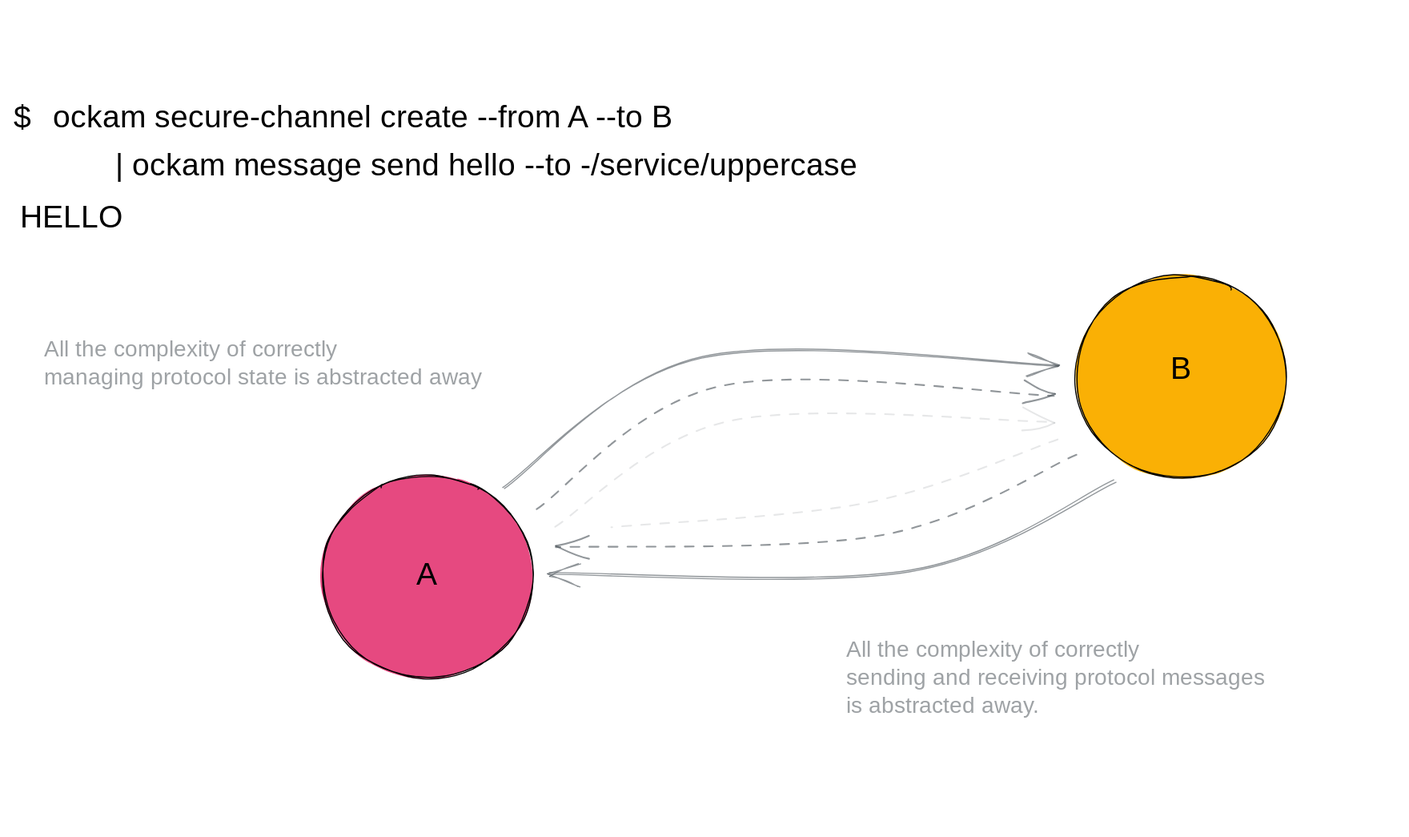
Earlier version of the Excalidraw export .gitbook/assets/file.excalidraw.svg (build-trust/ockam-documentation). Source tidied: one line per element, renumbered; positions are measured from the earlier drawing's top-left corner, leaving out a move shared by most shapes.
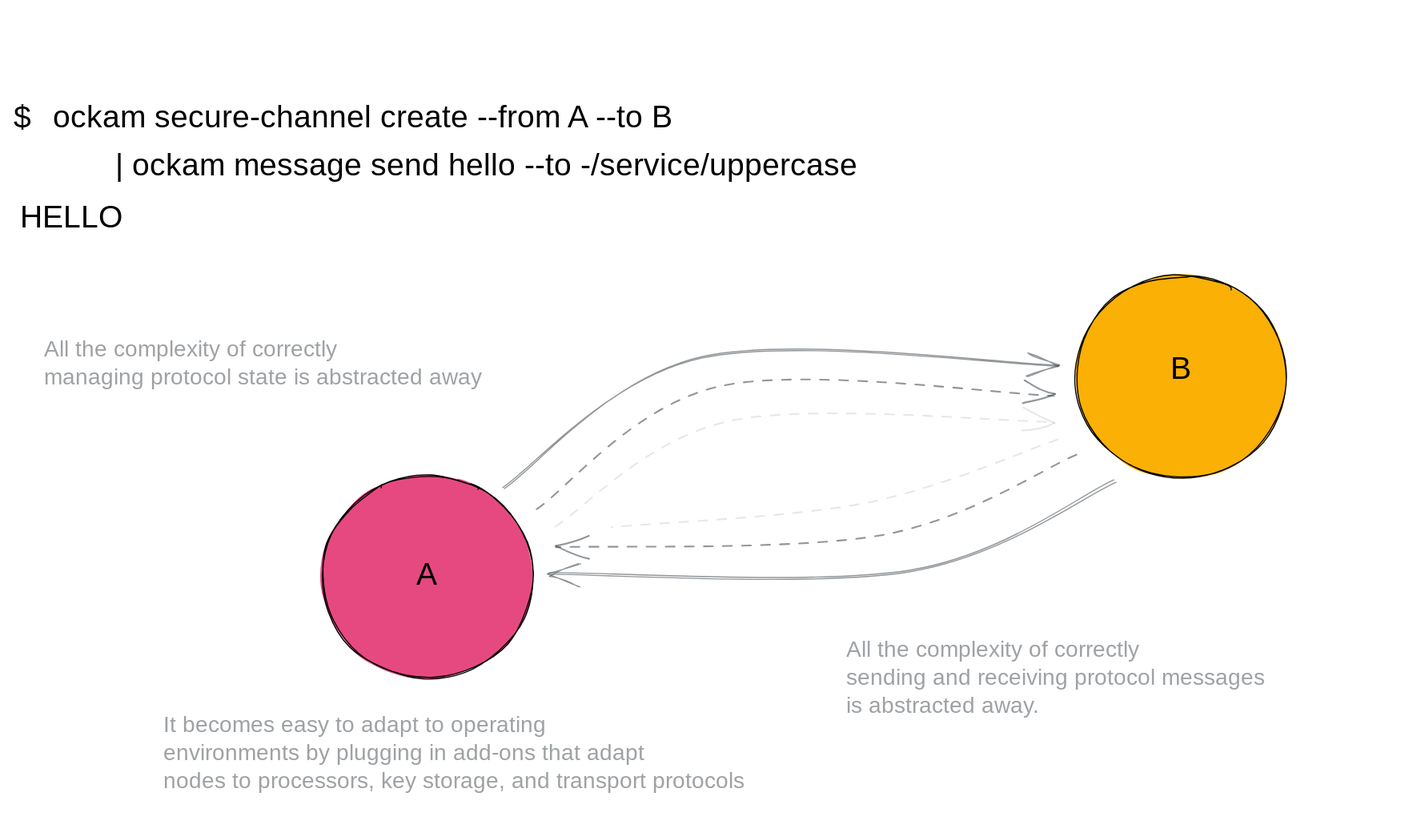
Later version of the same file.

Commit message:
GITBOOK-971: change request with no subject merged in GitBook

The edit, as a diff of the source:
```diff
@@ -15,3 +15,4 @@
 {"id": 14, "type": "text", "text": "ockam secure-channel create --from A --to B", "strokeColor": "#000000", "strokeWidth": 1, "roughness": 1, "fontSize": 28, "fontFamily": 1, "x": 37, "y": 79, "width": 627, "height": 35}
 {"id": 15, "type": "text", "text": "| ockam message send hello --to -/service/uppercase", "strokeColor": "#000000", "strokeWidth": 1, "roughness": 1, "fontSize": 28, "fontFamily": 1, "x": 92, "y": 122, "width": 721, "height": 35}
 {"id": 16, "type": "text", "text": "HELLO", "strokeColor": "#000000", "strokeWidth": 1, "roughness": 1, "fontSize": 28, "fontFamily": 1, "x": 7, "y": 168, "width": 90, "height": 35}
+{"id": 17, "type": "text", "text": "It becomes easy to adapt to operating\nenvironments by plugging in add-ons that adapt\nnodes to processors, key storage, and transport protocols ", "strokeColor": "#49505788", "strokeWidth": 1, "roughness": 1, "fontSize": 20, "fontFamily": 1, "x": 136, "y": 625, "width": 595, "height": 75}
```
